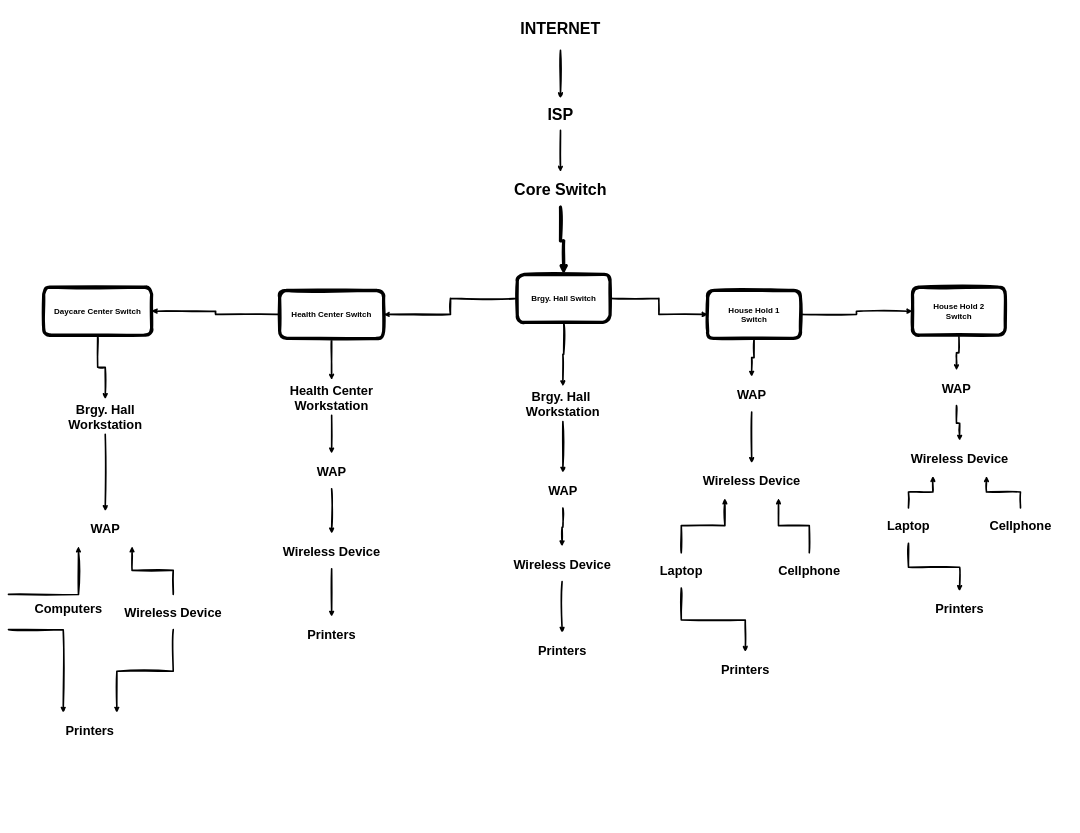
The draw.io diagram CSS-Tagapan.drawio in DownMan01/A, before the edit. Source tidied: cells renumbered, new cells numbered last; positions are measured from the earlier drawing's top-left corner, leaving out a move shared by most shapes. Both pictures are drawn from the tidied source at 32%, with x=0, y=0 at pixel (8, 5).
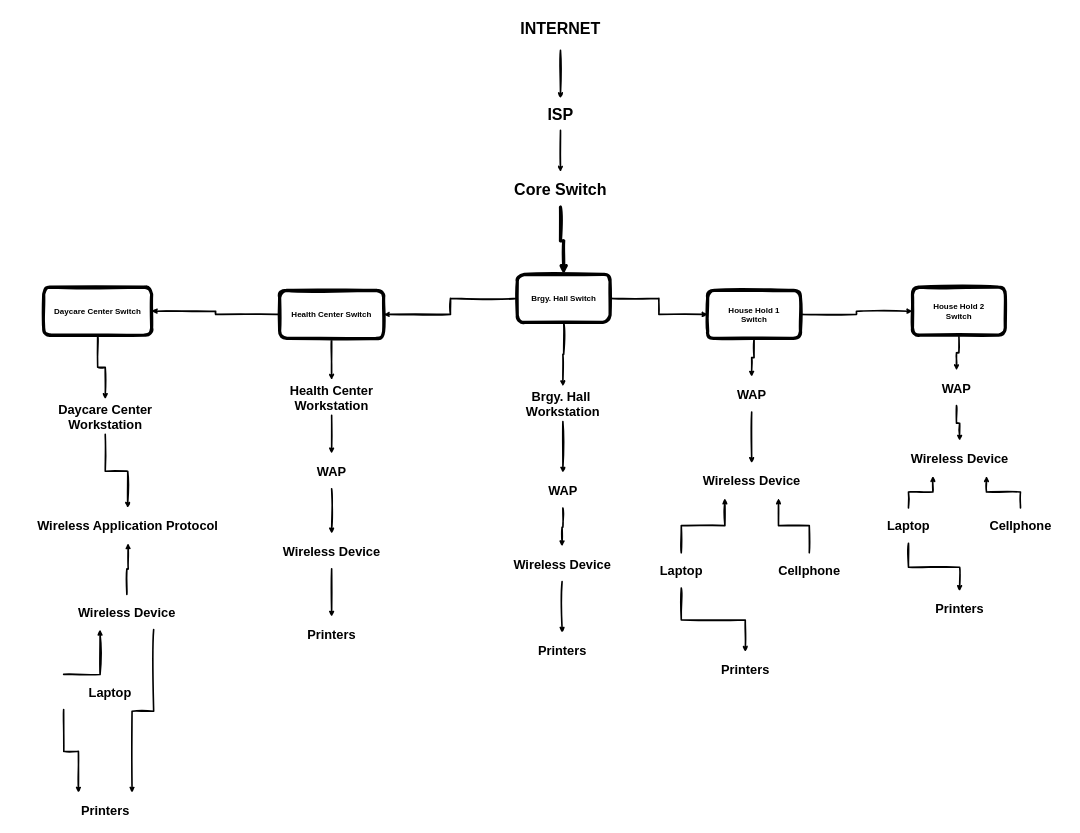
After the change.

What changed in the source:
```diff
@@
-    <mxCell id="23" value="&lt;font style=&quot;font-size: 40px;&quot;&gt;Brgy. Hall Workstation&lt;/font&gt;" style="text;strokeColor=none;align=center;fillColor=none;html=1;verticalAlign=middle;whiteSpace=wrap;rounded=0;fontStyle=1;strokeWidth=5;sketch=1;curveFitting=1;jiggle=2;" parent="1" vertex="1">
+    <mxCell id="23" value="&lt;font style=&quot;font-size: 40px;&quot;&gt;Daycare Center Workstation&lt;/font&gt;" style="text;strokeColor=none;align=center;fillColor=none;html=1;verticalAlign=middle;whiteSpace=wrap;rounded=0;fontStyle=1;strokeWidth=5;sketch=1;curveFitting=1;jiggle=2;" parent="1" vertex="1">
       <mxGeometry x="134.9" y="1230" width="335" height="110" as="geometry" />
     </mxCell>
-    <mxCell id="24" value="&lt;font style=&quot;font-size: 40px;&quot;&gt;WAP&lt;/font&gt;" style="text;strokeColor=none;align=center;fillColor=none;html=1;verticalAlign=middle;whiteSpace=wrap;rounded=0;fontStyle=1;strokeWidth=5;sketch=1;curveFitting=1;jiggle=2;" parent="1" vertex="1">
-      <mxGeometry x="134.9" y="1580" width="335" height="110" as="geometry" />
+    <mxCell id="24" value="&lt;font style=&quot;font-size: 40px;&quot;&gt;Wireless Application Protocol&lt;/font&gt;" style="text;strokeColor=none;align=center;fillColor=none;html=1;verticalAlign=middle;whiteSpace=wrap;rounded=0;fontStyle=1;strokeWidth=5;sketch=1;curveFitting=1;jiggle=2;" parent="1" vertex="1">
+      <mxGeometry x="80" y="1570" width="585.1" height="110" as="geometry" />
     </mxCell>
-    <mxCell id="25" style="edgeStyle=orthogonalEdgeStyle;rounded=0;jettySize=auto;html=1;entryX=0.75;entryY=1;entryDx=0;entryDy=0;fontStyle=1;fontSize=10;strokeWidth=5;sketch=1;curveFitting=1;jiggle=2;" parent="1" edge="1" source="27" target="24">
-      <mxGeometry relative="1" as="geometry" />
+    <mxCell id="25" style="edgeStyle=orthogonalEdgeStyle;rounded=0;jettySize=auto;html=1;entryX=0.75;entryY=1;entryDx=0;entryDy=0;fontStyle=1;fontSize=10;strokeWidth=5;sketch=1;curveFitting=1;jiggle=2;curved=0;" parent="1" edge="1" source="27">
+      <mxGeometry relative="1" as="geometry">
+        <mxPoint x="373.7" y="1680" as="targetPoint" />
+      </mxGeometry>
     </mxCell>
-    <mxCell id="26" style="edgeStyle=orthogonalEdgeStyle;rounded=0;jettySize=auto;html=1;entryX=0.75;entryY=0;entryDx=0;entryDy=0;fontStyle=1;fontSize=10;strokeWidth=5;sketch=1;curveFitting=1;jiggle=2;" parent="1" edge="1" source="27" target="31">
+    <mxCell id="26" style="edgeStyle=orthogonalEdgeStyle;rounded=0;jettySize=auto;html=1;entryX=0.75;entryY=0;entryDx=0;entryDy=0;fontStyle=1;fontSize=10;strokeWidth=5;sketch=1;curveFitting=1;jiggle=2;exitX=0.75;exitY=1;exitDx=0;exitDy=0;" parent="1" edge="1" source="27" target="31">
       <mxGeometry relative="1" as="geometry" />
     </mxCell>
     <mxCell id="27" value="&lt;font style=&quot;font-size: 40px;&quot;&gt;Wireless Device&lt;/font&gt;" style="text;strokeColor=none;align=center;fillColor=none;html=1;verticalAlign=middle;whiteSpace=wrap;rounded=0;fontStyle=1;strokeWidth=5;sketch=1;curveFitting=1;jiggle=2;" parent="1" vertex="1">
-      <mxGeometry x="347.4" y="1840" width="335" height="110" as="geometry" />
+      <mxGeometry x="202.4" y="1840" width="335" height="110" as="geometry" />
     </mxCell>
-    <mxCell id="28" style="edgeStyle=orthogonalEdgeStyle;rounded=0;jettySize=auto;html=1;entryX=0.25;entryY=1;entryDx=0;entryDy=0;fontStyle=1;fontSize=10;strokeWidth=5;sketch=1;curveFitting=1;jiggle=2;" parent="1" edge="1" target="24">
+    <mxCell id="28" style="edgeStyle=orthogonalEdgeStyle;rounded=0;jettySize=auto;html=1;entryX=0.25;entryY=1;entryDx=0;entryDy=0;fontStyle=1;fontSize=10;strokeWidth=5;sketch=1;curveFitting=1;jiggle=2;exitX=0.5;exitY=0;exitDx=0;exitDy=0;" parent="1" edge="1" target="27">
       <mxGeometry relative="1" as="geometry">
-        <mxPoint y="1840" as="sourcePoint" />
+        <mxPoint x="172.4" y="2090" as="sourcePoint" />
       </mxGeometry>
     </mxCell>
-    <mxCell id="29" style="edgeStyle=orthogonalEdgeStyle;rounded=0;jettySize=auto;html=1;entryX=0.25;entryY=0;entryDx=0;entryDy=0;fontStyle=1;fontSize=10;strokeWidth=5;sketch=1;curveFitting=1;jiggle=2;" parent="1" edge="1" target="31">
+    <mxCell id="29" style="edgeStyle=orthogonalEdgeStyle;rounded=0;jettySize=auto;html=1;entryX=0.25;entryY=0;entryDx=0;entryDy=0;fontStyle=1;fontSize=10;strokeWidth=5;sketch=1;curveFitting=1;jiggle=2;exitX=0.5;exitY=1;exitDx=0;exitDy=0;" parent="1" edge="1" target="31">
       <mxGeometry relative="1" as="geometry">
-        <mxPoint y="1950" as="sourcePoint" />
+        <mxPoint x="172.4" y="2200" as="sourcePoint" />
       </mxGeometry>
     </mxCell>
-    <mxCell id="30" value="&lt;font style=&quot;font-size: 40px;&quot;&gt;Computers&lt;/font&gt;" style="text;strokeColor=none;align=center;fillColor=none;html=1;verticalAlign=middle;whiteSpace=wrap;rounded=0;fontStyle=1;strokeWidth=5;sketch=1;curveFitting=1;jiggle=2;" parent="1" vertex="1">
-      <mxGeometry x="20" y="1830" width="335" height="110" as="geometry" />
+    <mxCell id="30" value="&lt;font style=&quot;font-size: 40px;&quot;&gt;Laptop&lt;/font&gt;" style="text;strokeColor=none;align=center;fillColor=none;html=1;verticalAlign=middle;whiteSpace=wrap;rounded=0;fontStyle=1;strokeWidth=5;sketch=1;curveFitting=1;jiggle=2;" parent="1" vertex="1">
+      <mxGeometry x="150" y="2090" width="335" height="110" as="geometry" />
     </mxCell>
     <mxCell id="31" value="&lt;font style=&quot;font-size: 40px;&quot;&gt;Printers&lt;/font&gt;" style="text;strokeColor=none;align=center;fillColor=none;html=1;verticalAlign=middle;whiteSpace=wrap;rounded=0;fontStyle=1;strokeWidth=5;sketch=1;curveFitting=1;jiggle=2;" parent="1" vertex="1">
-      <mxGeometry x="87.4" y="2210" width="335" height="110" as="geometry" />
+      <mxGeometry x="134.9" y="2460" width="335" height="110" as="geometry" />
     </mxCell>
```
